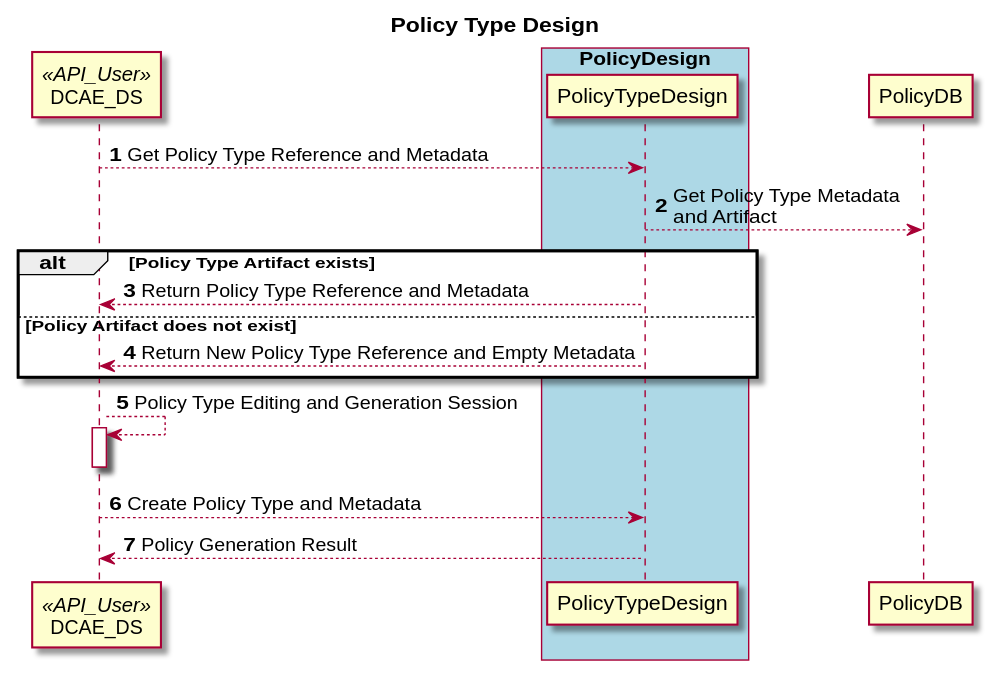
The PlantUML diagram docs/architecture/images/PolicyTypeDesign.svg in onap/policy-parent, before a commit.
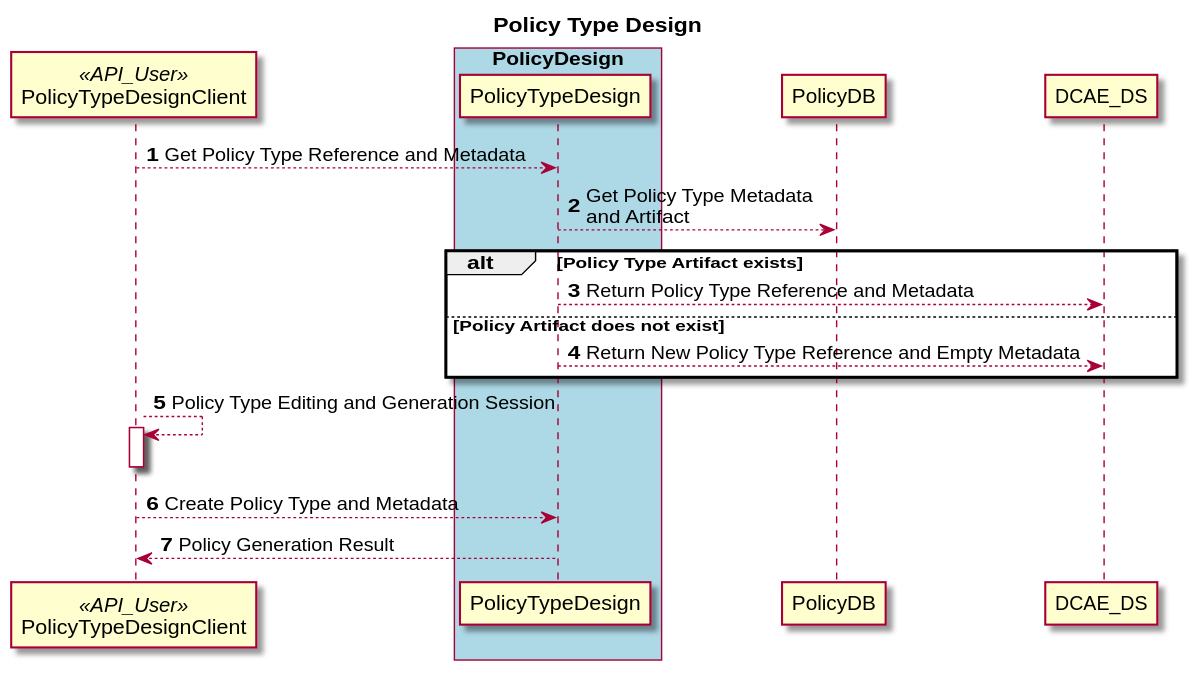
The same diagram one commit later.

What changed in the source:
```diff
@@ -1,13 +1,14 @@
 @startuml
+
 title Policy Type Design
 
-participant DCAE_DS <<API_User >>
+participant PolicyTypeDesignClient <<API_User >>
 box "PolicyDesign" #LightBlue
   participant PolicyTypeDesign
 end box
 autonumber
 
-DCAE_DS --> PolicyTypeDesign : Get Policy Type Reference and Metadata
+PolicyTypeDesignClient --> PolicyTypeDesign : Get Policy Type Reference and Metadata
 PolicyTypeDesign --> PolicyDB : Get Policy Type Metadata\nand Artifact
 
 alt Policy Type Artifact exists
@@ -16,11 +17,12 @@
   PolicyTypeDesign --> DCAE_DS : Return New Policy Type Reference and Empty Metadata
 end
 
-DCAE_DS --> DCAE_DS : Policy Type Editing and Generation Session
+PolicyTypeDesignClient --> PolicyTypeDesignClient : Policy Type Editing and Generation Session
 
-activate DCAE_DS
-deactivate DCAE_DS
+activate PolicyTypeDesignClient
+deactivate PolicyTypeDesignClient
 
-DCAE_DS --> PolicyTypeDesign : Create Policy Type and Metadata
-PolicyTypeDesign --> DCAE_DS : Policy Generation Result
+PolicyTypeDesignClient --> PolicyTypeDesign : Create Policy Type and Metadata
+PolicyTypeDesign --> PolicyTypeDesignClient : Policy Generation Result
+
 @enduml
```
